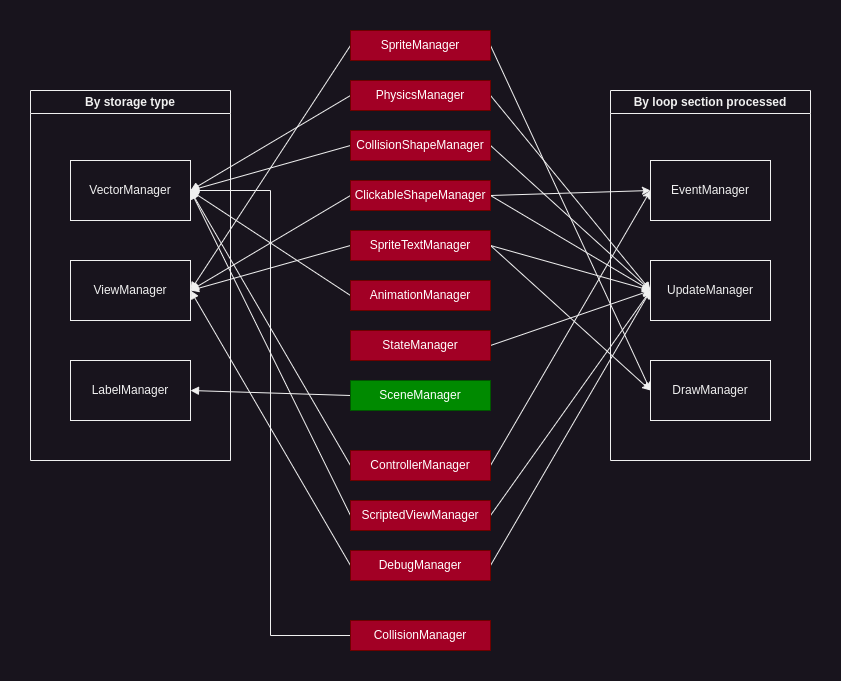
Above: notes/Managers.drawio.png in codeandjoy/SGE (draw.io), before the change. Source tidied: cells renumbered, new cells last; positions are measured from the earlier drawing's top-left corner, leaving out a move shared by most shapes.
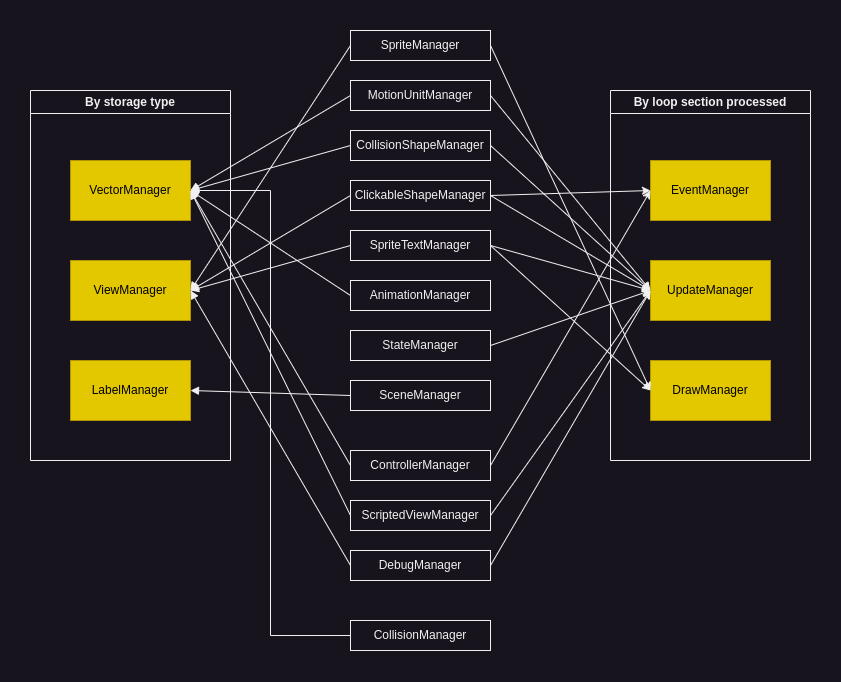
The same file after the commit.

The edit, as a diff of the source:
```diff
@@ -5,25 +5,25 @@
     <mxCell id="2" value="By storage type" style="swimlane;whiteSpace=wrap;html=1;" parent="1" vertex="1">
       <mxGeometry y="60" width="200" height="370" as="geometry" />
     </mxCell>
-    <mxCell id="3" value="VectorManager" style="rounded=0;whiteSpace=wrap;html=1;" parent="2" vertex="1">
+    <mxCell id="3" value="VectorManager" style="rounded=0;whiteSpace=wrap;html=1;fillColor=#e3c800;fontColor=#000000;strokeColor=#B09500;" parent="2" vertex="1">
       <mxGeometry x="40" y="70" width="120" height="60" as="geometry" />
     </mxCell>
-    <mxCell id="4" value="ViewManager" style="rounded=0;whiteSpace=wrap;html=1;" parent="2" vertex="1">
+    <mxCell id="4" value="ViewManager" style="rounded=0;whiteSpace=wrap;html=1;fillColor=#e3c800;fontColor=#000000;strokeColor=#B09500;" parent="2" vertex="1">
       <mxGeometry x="40" y="170" width="120" height="60" as="geometry" />
     </mxCell>
-    <mxCell id="5" value="LabelManager" style="rounded=0;whiteSpace=wrap;html=1;" parent="2" vertex="1">
+    <mxCell id="5" value="LabelManager" style="rounded=0;whiteSpace=wrap;html=1;fillColor=#e3c800;fontColor=#000000;strokeColor=#B09500;" parent="2" vertex="1">
       <mxGeometry x="40" y="270" width="120" height="60" as="geometry" />
     </mxCell>
     <mxCell id="6" value="By loop section processed" style="swimlane;whiteSpace=wrap;html=1;" parent="1" vertex="1">
       <mxGeometry x="580" y="60" width="200" height="370" as="geometry" />
     </mxCell>
-    <mxCell id="7" value="EventManager" style="rounded=0;whiteSpace=wrap;html=1;" parent="6" vertex="1">
+    <mxCell id="7" value="EventManager" style="rounded=0;whiteSpace=wrap;html=1;fillColor=#e3c800;fontColor=#000000;strokeColor=#B09500;" parent="6" vertex="1">
       <mxGeometry x="40" y="70" width="120" height="60" as="geometry" />
     </mxCell>
-    <mxCell id="8" value="UpdateManager" style="rounded=0;whiteSpace=wrap;html=1;" parent="6" vertex="1">
+    <mxCell id="8" value="UpdateManager" style="rounded=0;whiteSpace=wrap;html=1;fillColor=#e3c800;fontColor=#000000;strokeColor=#B09500;" parent="6" vertex="1">
       <mxGeometry x="40" y="170" width="120" height="60" as="geometry" />
     </mxCell>
-    <mxCell id="9" value="DrawManager" style="rounded=0;whiteSpace=wrap;html=1;" parent="6" vertex="1">
+    <mxCell id="9" value="DrawManager" style="rounded=0;whiteSpace=wrap;html=1;fillColor=#e3c800;fontColor=#000000;strokeColor=#B09500;" parent="6" vertex="1">
       <mxGeometry x="40" y="270" width="120" height="60" as="geometry" />
     </mxCell>
     <mxCell id="10" style="edgeStyle=none;rounded=0;jettySize=auto;html=1;exitX=0;exitY=0.5;exitDx=0;exitDy=0;entryX=1;entryY=0.5;entryDx=0;entryDy=0;endArrow=block;endFill=1;jumpStyle=none;" parent="1" edge="1" source="12" target="3">
@@ -32,7 +32,7 @@
     <mxCell id="11" style="edgeStyle=none;rounded=0;jettySize=auto;html=1;exitX=1;exitY=0.5;exitDx=0;exitDy=0;entryX=0;entryY=0.5;entryDx=0;entryDy=0;" parent="1" edge="1" source="12" target="7">
       <mxGeometry relative="1" as="geometry" />
     </mxCell>
-    <mxCell id="12" value="ControllerManager" style="rounded=0;whiteSpace=wrap;html=1;fillColor=#a20025;fontColor=#ffffff;strokeColor=#6F0000;" parent="1" vertex="1">
+    <mxCell id="12" value="ControllerManager" style="rounded=0;whiteSpace=wrap;html=1;" parent="1" vertex="1">
       <mxGeometry x="320" y="420" width="140" height="30" as="geometry" />
     </mxCell>
     <mxCell id="13" style="edgeStyle=none;rounded=0;jettySize=auto;html=1;exitX=0;exitY=0.5;exitDx=0;exitDy=0;entryX=1;entryY=0.5;entryDx=0;entryDy=0;endArrow=block;endFill=1;jumpStyle=none;" parent="1" edge="1" source="15" target="3">
@@ -41,7 +41,7 @@
     <mxCell id="14" style="edgeStyle=none;rounded=0;jettySize=auto;html=1;exitX=1;exitY=0.5;exitDx=0;exitDy=0;entryX=0;entryY=0.5;entryDx=0;entryDy=0;" parent="1" edge="1" source="15" target="8">
       <mxGeometry relative="1" as="geometry" />
     </mxCell>
-    <mxCell id="15" value="ScriptedViewManager" style="rounded=0;whiteSpace=wrap;html=1;fillColor=#a20025;fontColor=#ffffff;strokeColor=#6F0000;" parent="1" vertex="1">
+    <mxCell id="15" value="ScriptedViewManager" style="rounded=0;whiteSpace=wrap;html=1;" parent="1" vertex="1">
       <mxGeometry x="320" y="470" width="140" height="30" as="geometry" />
     </mxCell>
     <mxCell id="16" style="edgeStyle=none;rounded=0;jettySize=auto;html=1;exitX=0;exitY=0.5;exitDx=0;exitDy=0;entryX=1;entryY=0.5;entryDx=0;entryDy=0;endArrow=block;endFill=1;jumpStyle=none;" parent="1" edge="1" source="18" target="4">
@@ -50,7 +50,7 @@
     <mxCell id="17" style="edgeStyle=none;rounded=0;jettySize=auto;html=1;exitX=1;exitY=0.5;exitDx=0;exitDy=0;entryX=0;entryY=0.5;entryDx=0;entryDy=0;" parent="1" edge="1" source="18" target="8">
       <mxGeometry relative="1" as="geometry" />
     </mxCell>
-    <mxCell id="18" value="DebugManager" style="rounded=0;whiteSpace=wrap;html=1;fillColor=#a20025;fontColor=#ffffff;strokeColor=#6F0000;" parent="1" vertex="1">
+    <mxCell id="18" value="DebugManager" style="rounded=0;whiteSpace=wrap;html=1;" parent="1" vertex="1">
       <mxGeometry x="320" y="520" width="140" height="30" as="geometry" />
     </mxCell>
     <mxCell id="19" style="edgeStyle=none;rounded=0;jettySize=auto;html=1;exitX=0;exitY=0.5;exitDx=0;exitDy=0;entryX=1;entryY=0.5;entryDx=0;entryDy=0;endArrow=block;endFill=1;jumpStyle=none;" parent="1" edge="1" source="21" target="4">
@@ -59,7 +59,7 @@
     <mxCell id="20" style="edgeStyle=none;rounded=0;jettySize=auto;html=1;exitX=1;exitY=0.5;exitDx=0;exitDy=0;entryX=0;entryY=0.5;entryDx=0;entryDy=0;" parent="1" edge="1" source="21" target="9">
       <mxGeometry relative="1" as="geometry" />
     </mxCell>
-    <mxCell id="21" value="SpriteManager" style="rounded=0;whiteSpace=wrap;html=1;fillColor=#a20025;fontColor=#ffffff;strokeColor=#6F0000;" parent="1" vertex="1">
+    <mxCell id="21" value="SpriteManager" style="rounded=0;whiteSpace=wrap;html=1;" parent="1" vertex="1">
       <mxGeometry x="320" width="140" height="30" as="geometry" />
     </mxCell>
     <mxCell id="22" style="edgeStyle=none;rounded=0;jettySize=auto;html=1;exitX=0;exitY=0.5;exitDx=0;exitDy=0;entryX=1;entryY=0.5;entryDx=0;entryDy=0;endArrow=block;endFill=1;jumpStyle=none;" parent="1" edge="1" source="24" target="3">
@@ -68,7 +68,7 @@
     <mxCell id="23" style="edgeStyle=none;rounded=0;jettySize=auto;html=1;exitX=1;exitY=0.5;exitDx=0;exitDy=0;entryX=0;entryY=0.5;entryDx=0;entryDy=0;" parent="1" edge="1" source="24" target="8">
       <mxGeometry relative="1" as="geometry" />
     </mxCell>
-    <mxCell id="24" value="PhysicsManager" style="rounded=0;whiteSpace=wrap;html=1;fillColor=#a20025;fontColor=#ffffff;strokeColor=#6F0000;" parent="1" vertex="1">
+    <mxCell id="24" value="MotionUnitManager" style="rounded=0;whiteSpace=wrap;html=1;" parent="1" vertex="1">
       <mxGeometry x="320" y="50" width="140" height="30" as="geometry" />
     </mxCell>
     <mxCell id="25" style="edgeStyle=none;rounded=0;jettySize=auto;html=1;exitX=0;exitY=0.5;exitDx=0;exitDy=0;entryX=1;entryY=0.5;entryDx=0;entryDy=0;endArrow=block;endFill=1;jumpStyle=none;" parent="1" edge="1" source="27" target="3">
@@ -77,7 +77,7 @@
     <mxCell id="26" style="edgeStyle=none;rounded=0;jettySize=auto;html=1;exitX=1;exitY=0.5;exitDx=0;exitDy=0;entryX=0;entryY=0.5;entryDx=0;entryDy=0;" parent="1" edge="1" source="27" target="8">
       <mxGeometry relative="1" as="geometry" />
     </mxCell>
-    <mxCell id="27" value="CollisionShapeManager" style="rounded=0;whiteSpace=wrap;html=1;fillColor=#a20025;fontColor=#ffffff;strokeColor=#6F0000;" parent="1" vertex="1">
+    <mxCell id="27" value="CollisionShapeManager" style="rounded=0;whiteSpace=wrap;html=1;" parent="1" vertex="1">
       <mxGeometry x="320" y="100" width="140" height="30" as="geometry" />
     </mxCell>
     <mxCell id="28" style="edgeStyle=none;rounded=0;jettySize=auto;html=1;exitX=0;exitY=0.5;exitDx=0;exitDy=0;entryX=1;entryY=0.5;entryDx=0;entryDy=0;endArrow=block;endFill=1;jumpStyle=none;" parent="1" edge="1" source="31" target="4">
@@ -89,7 +89,7 @@
     <mxCell id="30" style="edgeStyle=none;rounded=0;jettySize=auto;html=1;exitX=1;exitY=0.5;exitDx=0;exitDy=0;entryX=0;entryY=0.5;entryDx=0;entryDy=0;" parent="1" edge="1" source="31" target="7">
       <mxGeometry relative="1" as="geometry" />
     </mxCell>
-    <mxCell id="31" value="ClickableShapeManager" style="rounded=0;whiteSpace=wrap;html=1;fillColor=#a20025;fontColor=#ffffff;strokeColor=#6F0000;" parent="1" vertex="1">
+    <mxCell id="31" value="ClickableShapeManager" style="rounded=0;whiteSpace=wrap;html=1;" parent="1" vertex="1">
       <mxGeometry x="320" y="150" width="140" height="30" as="geometry" />
     </mxCell>
     <mxCell id="32" style="edgeStyle=none;rounded=0;jettySize=auto;html=1;exitX=0;exitY=0.5;exitDx=0;exitDy=0;entryX=1;entryY=0.5;entryDx=0;entryDy=0;endArrow=block;endFill=1;jumpStyle=none;" parent="1" edge="1" source="35" target="4">
@@ -101,31 +101,31 @@
     <mxCell id="34" style="edgeStyle=none;rounded=0;jettySize=auto;html=1;exitX=1;exitY=0.5;exitDx=0;exitDy=0;entryX=0;entryY=0.5;entryDx=0;entryDy=0;" parent="1" edge="1" source="35" target="9">
       <mxGeometry relative="1" as="geometry" />
     </mxCell>
-    <mxCell id="35" value="SpriteTextManager" style="rounded=0;whiteSpace=wrap;html=1;fillColor=#a20025;fontColor=#ffffff;strokeColor=#6F0000;" parent="1" vertex="1">
+    <mxCell id="35" value="SpriteTextManager" style="rounded=0;whiteSpace=wrap;html=1;" parent="1" vertex="1">
       <mxGeometry x="320" y="200" width="140" height="30" as="geometry" />
     </mxCell>
     <mxCell id="36" style="edgeStyle=none;rounded=0;jettySize=auto;html=1;exitX=0;exitY=0.5;exitDx=0;exitDy=0;entryX=1;entryY=0.5;entryDx=0;entryDy=0;endArrow=block;endFill=1;jumpStyle=none;" parent="1" edge="1" source="37" target="3">
       <mxGeometry relative="1" as="geometry" />
     </mxCell>
-    <mxCell id="37" value="AnimationManager" style="rounded=0;whiteSpace=wrap;html=1;fillColor=#a20025;fontColor=#ffffff;strokeColor=#6F0000;" parent="1" vertex="1">
+    <mxCell id="37" value="AnimationManager" style="rounded=0;whiteSpace=wrap;html=1;" parent="1" vertex="1">
       <mxGeometry x="320" y="250" width="140" height="30" as="geometry" />
     </mxCell>
     <mxCell id="38" style="edgeStyle=none;rounded=0;jettySize=auto;html=1;exitX=1;exitY=0.5;exitDx=0;exitDy=0;entryX=0;entryY=0.5;entryDx=0;entryDy=0;" parent="1" edge="1" source="39" target="8">
       <mxGeometry relative="1" as="geometry" />
     </mxCell>
-    <mxCell id="39" value="StateManager" style="rounded=0;whiteSpace=wrap;html=1;fillColor=#a20025;fontColor=#ffffff;strokeColor=#6F0000;" parent="1" vertex="1">
+    <mxCell id="39" value="StateManager" style="rounded=0;whiteSpace=wrap;html=1;" parent="1" vertex="1">
       <mxGeometry x="320" y="300" width="140" height="30" as="geometry" />
     </mxCell>
     <mxCell id="40" style="edgeStyle=none;rounded=0;jettySize=auto;html=1;exitX=0;exitY=0.5;exitDx=0;exitDy=0;entryX=1;entryY=0.5;entryDx=0;entryDy=0;endArrow=block;endFill=1;jumpStyle=none;" parent="1" edge="1" source="41" target="5">
       <mxGeometry relative="1" as="geometry" />
     </mxCell>
-    <mxCell id="41" value="SceneManager" style="rounded=0;whiteSpace=wrap;html=1;fillColor=#008a00;fontColor=#ffffff;strokeColor=#005700;" parent="1" vertex="1">
+    <mxCell id="41" value="SceneManager" style="rounded=0;whiteSpace=wrap;html=1;" parent="1" vertex="1">
       <mxGeometry x="320" y="350" width="140" height="30" as="geometry" />
     </mxCell>
     <mxCell id="42" style="edgeStyle=orthogonalEdgeStyle;rounded=0;jettySize=auto;html=1;exitX=0;exitY=0.5;exitDx=0;exitDy=0;entryX=1;entryY=0.5;entryDx=0;entryDy=0;endArrow=block;endFill=1;" parent="1" edge="1" source="43" target="3">
       <mxGeometry relative="1" as="geometry" />
     </mxCell>
-    <mxCell id="43" value="CollisionManager" style="rounded=0;whiteSpace=wrap;html=1;fillColor=#a20025;fontColor=#ffffff;strokeColor=#6F0000;" parent="1" vertex="1">
+    <mxCell id="43" value="CollisionManager" style="rounded=0;whiteSpace=wrap;html=1;" parent="1" vertex="1">
       <mxGeometry x="320" y="590" width="140" height="30" as="geometry" />
     </mxCell>
   </root>
```
